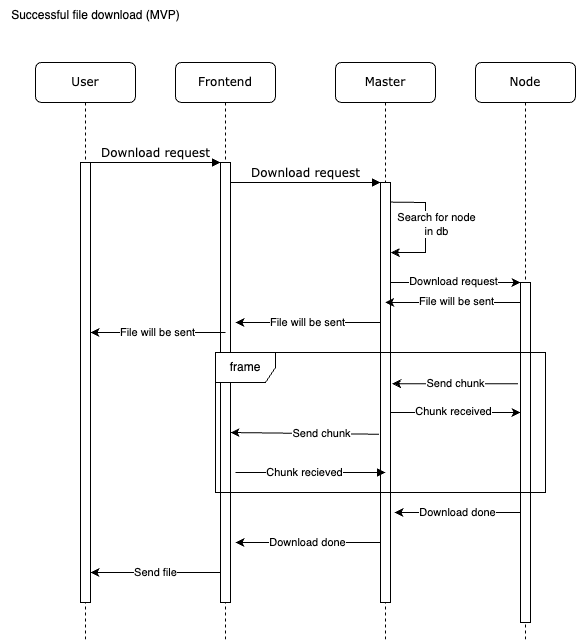
This is MVP/file_download.png from gavril-s/attic-docs, a draw.io export, as it was before one commit. Source tidied: cells renumbered, new cells last; positions are measured from the earlier drawing's top-left corner, leaving out a move shared by most shapes.
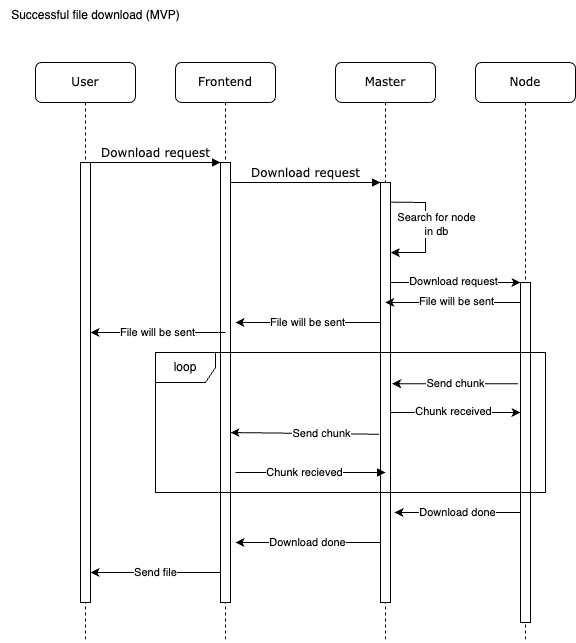
After the change.

The edit, as a diff of the source:
```diff
@@ -37,8 +37,8 @@
     <mxCell id="10" style="html=1;points=[];perimeter=orthogonalPerimeter;rounded=0;shadow=0;comic=0;labelBackgroundColor=none;strokeWidth=1;fontFamily=Verdana;fontSize=12;align=center;" parent="9" vertex="1">
       <mxGeometry x="45" y="220" width="10" height="340" as="geometry" />
     </mxCell>
-    <mxCell id="11" value="frame" style="shape=umlFrame;whiteSpace=wrap;html=1;" parent="9" vertex="1">
-      <mxGeometry x="-260" y="290" width="330" height="140" as="geometry" />
+    <mxCell id="11" value="loop" style="shape=umlFrame;whiteSpace=wrap;html=1;" parent="9" vertex="1">
+      <mxGeometry x="-320" y="290" width="390" height="140" as="geometry" />
     </mxCell>
     <mxCell id="12" style="endArrow=classic;html=1;rounded=0;" parent="9" edge="1">
       <mxGeometry relative="1" as="geometry">
```
